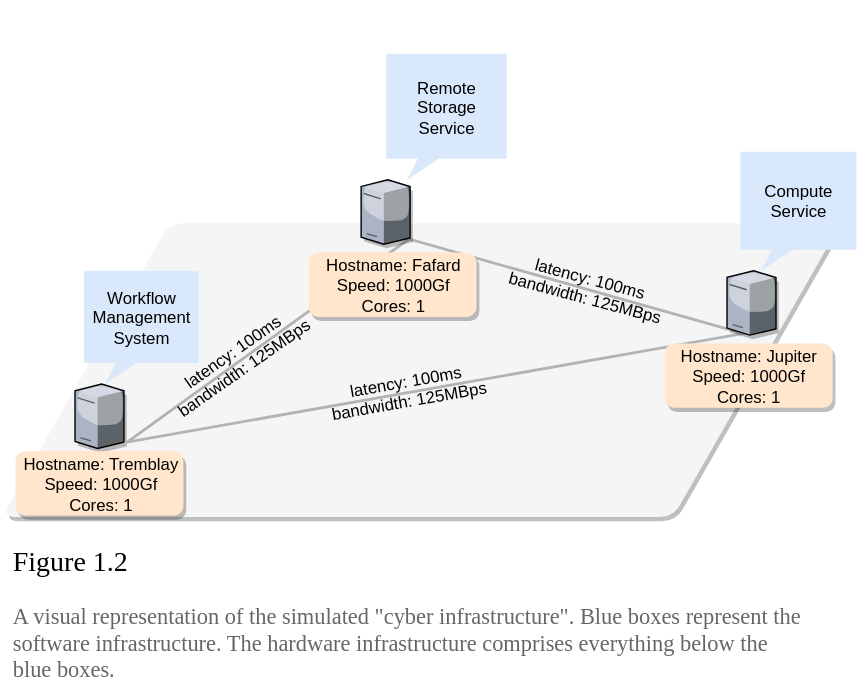
The draw.io diagram docs/public/img/activity_1/cyber_infrastructure.svg in wrench-project/wrench-pedagogic-modules, before a commit. Source tidied: cells renumbered, new cells last; positions are measured from the earlier drawing's top-left corner, leaving out a move shared by most shapes.
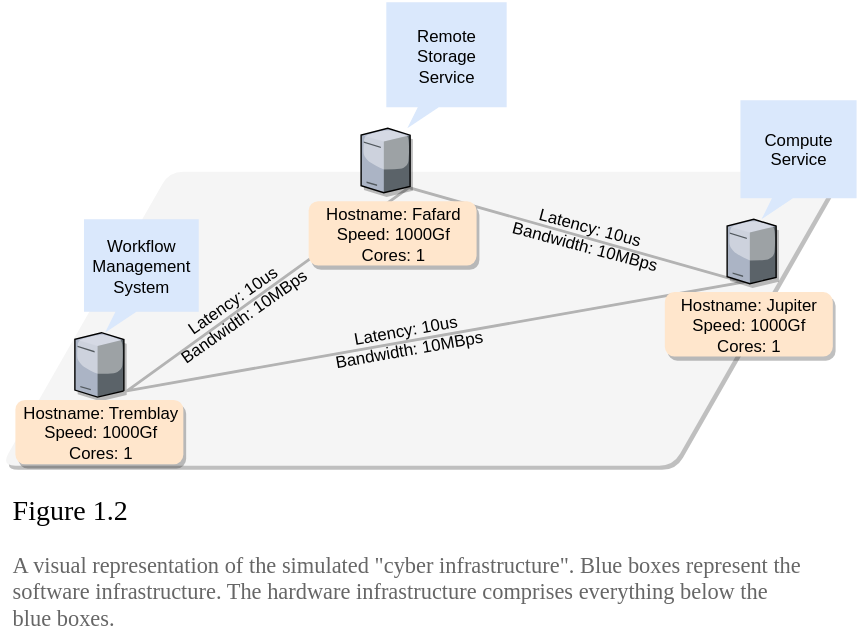
Above is the later version.

Commit message:
updated platform and workflow

Diff of the diagram source:
```diff
@@ -1,54 +1,51 @@
-<mxGraphModel background="#ffffff">
+<mxGraphModel>
   <root>
     <mxCell id="0" />
     <mxCell id="1" parent="0" />
-    <mxCell id="2" style="group;" parent="1" vertex="1">
-      <mxGeometry x="0.5" width="611" height="490" as="geometry" />
+    <mxCell id="2" style="shape=parallelogram;perimeter=parallelogramPerimeter;whiteSpace=wrap;html=1;fillColor=#f5f5f5;strokeColor=none;rounded=1;shadow=1;" parent="1" vertex="1">
+      <mxGeometry x="0.5" width="600" height="210" as="geometry" />
     </mxCell>
-    <mxCell id="3" style="shape=parallelogram;perimeter=parallelogramPerimeter;whiteSpace=wrap;html=1;fillColor=#f5f5f5;strokeColor=none;rounded=1;shadow=1;" parent="2" vertex="1">
-      <mxGeometry y="159" width="600" height="210" as="geometry" />
+    <mxCell id="3" value="&lt;h1&gt;&lt;font style=&quot;font-size: 20px ; font-weight: normal&quot; face=&quot;Garamond&quot;&gt;Figure 1.2&lt;/font&gt;&lt;/h1&gt;&lt;p&gt;&lt;font color=&quot;#666666&quot; face=&quot;Garamond&quot;&gt;&lt;span style=&quot;font-size: 16px&quot;&gt;A visual representation of the simulated &quot;cyber infrastructure&quot;. Blue boxes represent the software infrastructure. The hardware infrastructure comprises everything below the blue boxes.&amp;nbsp;&lt;/span&gt;&lt;/font&gt;&lt;/p&gt;" style="text;html=1;strokeColor=none;fillColor=none;spacing=5;spacingTop=-20;whiteSpace=wrap;overflow=hidden;rounded=0;" parent="1" vertex="1">
+      <mxGeometry x="3.5" y="221" width="575" height="110" as="geometry" />
     </mxCell>
-    <mxCell id="4" value="&lt;h1&gt;&lt;font style=&quot;font-size: 20px ; font-weight: normal&quot; face=&quot;Garamond&quot;&gt;Figure 1.2&lt;/font&gt;&lt;/h1&gt;&lt;p&gt;&lt;font color=&quot;#666666&quot; face=&quot;Garamond&quot;&gt;&lt;span style=&quot;font-size: 16px&quot;&gt;A visual representation of the simulated &quot;cyber infrastructure&quot;. Blue boxes represent the software infrastructure. The hardware infrastructure comprises everything below the blue boxes.&amp;nbsp;&lt;/span&gt;&lt;/font&gt;&lt;/p&gt;" style="text;html=1;strokeColor=none;fillColor=none;spacing=5;spacingTop=-20;whiteSpace=wrap;overflow=hidden;rounded=0;" parent="2" vertex="1">
-      <mxGeometry x="3" y="380" width="575" height="110" as="geometry" />
+    <mxCell id="4" value="&lt;div style=&quot;text-align: left&quot;&gt;&lt;br&gt;&lt;/div&gt;" style="verticalLabelPosition=bottom;html=1;verticalAlign=top;strokeColor=none;align=center;shape=mxgraph.citrix.tower_server;shadow=1;" parent="1" vertex="1">
+      <mxGeometry x="53" y="115" width="35" height="46" as="geometry" />
     </mxCell>
-    <mxCell id="5" value="&lt;div style=&quot;text-align: left&quot;&gt;&lt;br&gt;&lt;/div&gt;" style="verticalLabelPosition=bottom;html=1;verticalAlign=top;strokeColor=none;align=center;shape=mxgraph.citrix.tower_server;shadow=1;" parent="2" vertex="1">
-      <mxGeometry x="52.5" y="274" width="35" height="46" as="geometry" />
+    <mxCell id="5" style="triangle;whiteSpace=wrap;html=1;rotation=-100;fillColor=#f5f5f5;strokeColor=#B3B3B3;shadow=0;strokeWidth=2;" parent="1" vertex="1">
+      <mxGeometry x="247" y="-159" width="108" height="447" as="geometry" />
     </mxCell>
-    <mxCell id="6" style="triangle;whiteSpace=wrap;html=1;rotation=-100;fillColor=#f5f5f5;strokeColor=#B3B3B3;shadow=0;strokeWidth=2;" parent="2" vertex="1">
-      <mxGeometry x="246.5" width="108" height="447" as="geometry" />
+    <mxCell id="6" value="&lt;div style=&quot;text-align: left&quot;&gt;&lt;br&gt;&lt;/div&gt;" style="verticalLabelPosition=bottom;html=1;verticalAlign=top;strokeColor=none;align=center;shape=mxgraph.citrix.tower_server;shadow=1;" parent="1" vertex="1">
+      <mxGeometry x="257.5" y="-31" width="35" height="46" as="geometry" />
     </mxCell>
-    <mxCell id="7" value="&lt;div style=&quot;text-align: left&quot;&gt;&lt;br&gt;&lt;/div&gt;" style="verticalLabelPosition=bottom;html=1;verticalAlign=top;strokeColor=none;align=center;shape=mxgraph.citrix.tower_server;shadow=1;" parent="2" vertex="1">
-      <mxGeometry x="257" y="128" width="35" height="46" as="geometry" />
+    <mxCell id="7" value="&lt;div&gt;&lt;span&gt;Hostname: Tremblay&lt;/span&gt;&lt;/div&gt;&lt;div&gt;&lt;span&gt;Speed: 1000Gf&lt;/span&gt;&lt;/div&gt;&lt;div&gt;&lt;span&gt;Cores: 1&lt;/span&gt;&lt;/div&gt;" style="rounded=1;whiteSpace=wrap;html=1;fillColor=#ffe6cc;strokeColor=none;shadow=1;" parent="1" vertex="1">
+      <mxGeometry x="10.5" y="163" width="120" height="46" as="geometry" />
     </mxCell>
-    <mxCell id="8" value="&lt;div&gt;&lt;span&gt;Hostname: Tremblay&lt;/span&gt;&lt;/div&gt;&lt;div&gt;&lt;span&gt;Speed: 1000Gf&lt;/span&gt;&lt;/div&gt;&lt;div&gt;&lt;span&gt;Cores: 1&lt;/span&gt;&lt;/div&gt;" style="rounded=1;whiteSpace=wrap;html=1;fillColor=#ffe6cc;strokeColor=none;shadow=1;" parent="2" vertex="1">
-      <mxGeometry x="10" y="322" width="120" height="46" as="geometry" />
+    <mxCell id="8" value="&lt;div&gt;&lt;span&gt;Hostname: Fafard&lt;/span&gt;&lt;/div&gt;&lt;div&gt;&lt;span&gt;Speed: 1000Gf&lt;/span&gt;&lt;/div&gt;&lt;div&gt;&lt;span&gt;Cores: 1&lt;/span&gt;&lt;/div&gt;" style="rounded=1;whiteSpace=wrap;html=1;fillColor=#ffe6cc;strokeColor=none;shadow=1;" parent="1" vertex="1">
+      <mxGeometry x="220" y="21" width="120" height="46" as="geometry" />
     </mxCell>
-    <mxCell id="9" value="&lt;div&gt;&lt;span&gt;Hostname: Fafard&lt;/span&gt;&lt;/div&gt;&lt;div&gt;&lt;span&gt;Speed: 1000Gf&lt;/span&gt;&lt;/div&gt;&lt;div&gt;&lt;span&gt;Cores: 1&lt;/span&gt;&lt;/div&gt;" style="rounded=1;whiteSpace=wrap;html=1;fillColor=#ffe6cc;strokeColor=none;shadow=1;" parent="2" vertex="1">
-      <mxGeometry x="219.5" y="180" width="120" height="46" as="geometry" />
+    <mxCell id="9" value="&lt;div&gt;&lt;span&gt;Hostname: Jupiter&lt;/span&gt;&lt;/div&gt;&lt;div&gt;&lt;span&gt;Speed: 1000Gf&lt;/span&gt;&lt;/div&gt;&lt;div&gt;&lt;span&gt;Cores: 1&lt;/span&gt;&lt;/div&gt;" style="rounded=1;whiteSpace=wrap;html=1;fillColor=#ffe6cc;strokeColor=none;gradientColor=none;shadow=1;" parent="1" vertex="1">
+      <mxGeometry x="474.5" y="86" width="120" height="46" as="geometry" />
     </mxCell>
-    <mxCell id="10" value="&lt;div&gt;&lt;span&gt;Hostname: Jupiter&lt;/span&gt;&lt;/div&gt;&lt;div&gt;&lt;span&gt;Speed: 1000Gf&lt;/span&gt;&lt;/div&gt;&lt;div&gt;&lt;span&gt;Cores: 1&lt;/span&gt;&lt;/div&gt;" style="rounded=1;whiteSpace=wrap;html=1;fillColor=#ffe6cc;strokeColor=none;gradientColor=none;shadow=1;" parent="2" vertex="1">
-      <mxGeometry x="474" y="245" width="120" height="46" as="geometry" />
+    <mxCell id="10" value="Latency: 10us&lt;br&gt;Bandwidth: 10MBps&lt;br&gt;" style="rounded=1;whiteSpace=wrap;html=1;shadow=0;strokeColor=none;strokeWidth=2;fillColor=none;rotation=-35;" parent="1" vertex="1">
+      <mxGeometry x="109" y="68" width="120" height="60" as="geometry" />
     </mxCell>
-    <mxCell id="11" value="latency: 100ms&lt;br&gt;bandwidth: 125MBps&lt;br&gt;" style="rounded=1;whiteSpace=wrap;html=1;shadow=0;strokeColor=none;strokeWidth=2;fillColor=none;rotation=-35;" parent="2" vertex="1">
-      <mxGeometry x="108.5" y="227" width="120" height="60" as="geometry" />
+    <mxCell id="11" value="Latency: 10us&lt;br&gt;Bandwidth: 10MBps&lt;br&gt;" style="rounded=1;whiteSpace=wrap;html=1;shadow=0;strokeColor=none;strokeWidth=2;fillColor=none;rotation=15;" parent="1" vertex="1">
+      <mxGeometry x="359" y="16" width="120" height="60" as="geometry" />
     </mxCell>
-    <mxCell id="12" value="latency: 100ms&lt;br&gt;bandwidth: 125MBps&lt;br&gt;" style="rounded=1;whiteSpace=wrap;html=1;shadow=0;strokeColor=none;strokeWidth=2;fillColor=none;rotation=15;" parent="2" vertex="1">
-      <mxGeometry x="358.5" y="175" width="120" height="60" as="geometry" />
+    <mxCell id="12" value="Latency: 10us&lt;br&gt;Bandwidth: 10MBps&lt;br&gt;" style="rounded=1;whiteSpace=wrap;html=1;shadow=0;strokeColor=none;strokeWidth=2;fillColor=none;rotation=-10;" parent="1" vertex="1">
+      <mxGeometry x="230" y="90" width="120" height="60" as="geometry" />
     </mxCell>
-    <mxCell id="13" value="latency: 100ms&lt;br&gt;bandwidth: 125MBps&lt;br&gt;" style="rounded=1;whiteSpace=wrap;html=1;shadow=0;strokeColor=none;strokeWidth=2;fillColor=none;rotation=-10;" parent="2" vertex="1">
-      <mxGeometry x="229.5" y="249" width="120" height="60" as="geometry" />
+    <mxCell id="13" value="&lt;div style=&quot;text-align: left&quot;&gt;&lt;br&gt;&lt;/div&gt;" style="verticalLabelPosition=bottom;html=1;verticalAlign=top;strokeColor=none;align=center;shape=mxgraph.citrix.tower_server;shadow=1;" parent="1" vertex="1">
+      <mxGeometry x="519" y="34" width="35" height="46" as="geometry" />
     </mxCell>
-    <mxCell id="14" value="&lt;div style=&quot;text-align: left&quot;&gt;&lt;br&gt;&lt;/div&gt;" style="verticalLabelPosition=bottom;html=1;verticalAlign=top;strokeColor=none;align=center;shape=mxgraph.citrix.tower_server;shadow=1;" parent="2" vertex="1">
-      <mxGeometry x="518.5" y="193" width="35" height="46" as="geometry" />
+    <mxCell id="14" value="Workflow Management System" style="whiteSpace=wrap;html=1;shape=mxgraph.basic.rectCallout;dx=30;dy=15;boundedLbl=1;shadow=0;comic=0;strokeColor=none;strokeWidth=2;fillColor=#dae8fc;" parent="1" vertex="1">
+      <mxGeometry x="59.5" y="34" width="82" height="81" as="geometry" />
     </mxCell>
-    <mxCell id="15" value="Workflow Management System" style="whiteSpace=wrap;html=1;shape=mxgraph.basic.rectCallout;dx=30;dy=15;boundedLbl=1;shadow=0;comic=0;strokeColor=none;strokeWidth=2;fillColor=#dae8fc;" parent="2" vertex="1">
-      <mxGeometry x="59" y="193" width="82" height="81" as="geometry" />
+    <mxCell id="15" value="Remote Storage Service" style="whiteSpace=wrap;html=1;shape=mxgraph.basic.rectCallout;dx=30;dy=15;boundedLbl=1;shadow=0;comic=0;strokeColor=none;strokeWidth=2;fillColor=#dae8fc;gradientColor=none;perimeterSpacing=0;" parent="1" vertex="1">
+      <mxGeometry x="275.5" y="-121" width="86" height="90" as="geometry" />
     </mxCell>
-    <mxCell id="16" value="Remote Storage Service" style="whiteSpace=wrap;html=1;shape=mxgraph.basic.rectCallout;dx=30;dy=15;boundedLbl=1;shadow=0;comic=0;strokeColor=none;strokeWidth=2;fillColor=#dae8fc;gradientColor=none;perimeterSpacing=0;" parent="2" vertex="1">
-      <mxGeometry x="275" y="38" width="86" height="90" as="geometry" />
+    <mxCell id="16" value="Compute Service" style="whiteSpace=wrap;html=1;shape=mxgraph.basic.rectCallout;dx=30;dy=15;boundedLbl=1;shadow=0;comic=0;strokeColor=none;strokeWidth=2;fillColor=#dae8fc;" parent="1" vertex="1">
+      <mxGeometry x="528.5" y="-51" width="83" height="85" as="geometry" />
     </mxCell>
-    <mxCell id="17" value="Compute Service" style="whiteSpace=wrap;html=1;shape=mxgraph.basic.rectCallout;dx=30;dy=15;boundedLbl=1;shadow=0;comic=0;strokeColor=none;strokeWidth=2;fillColor=#dae8fc;" parent="2" vertex="1">
-      <mxGeometry x="528" y="108" width="83" height="85" as="geometry" />
-    </mxCell>
   </root>
 </mxGraphModel>
```
